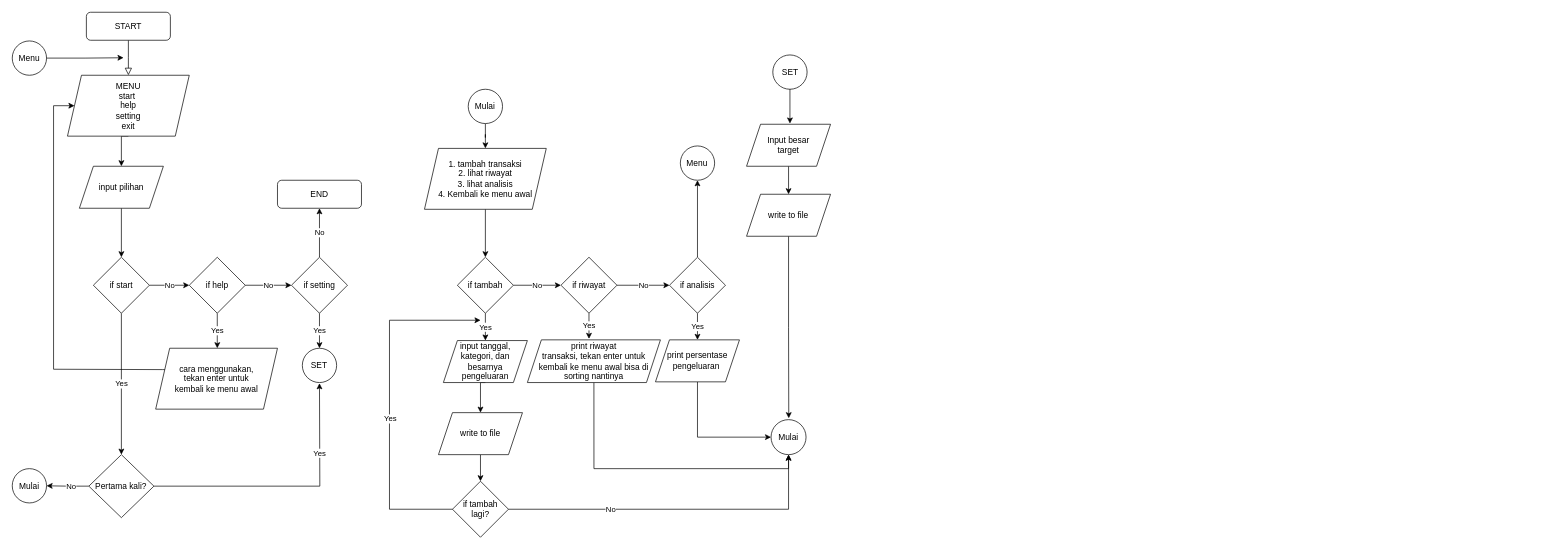
Before: Final Project.drawio in Fulkyhariz/Simple-Financial-Organizer-final-project, a draw.io diagram. Source tidied: cells renumbered, new cells numbered last; positions are measured from the earlier drawing's top-left corner, leaving out a move shared by most shapes. Both pictures are drawn from the tidied source at 70%, with x=0, y=0 at pixel (12, 12).
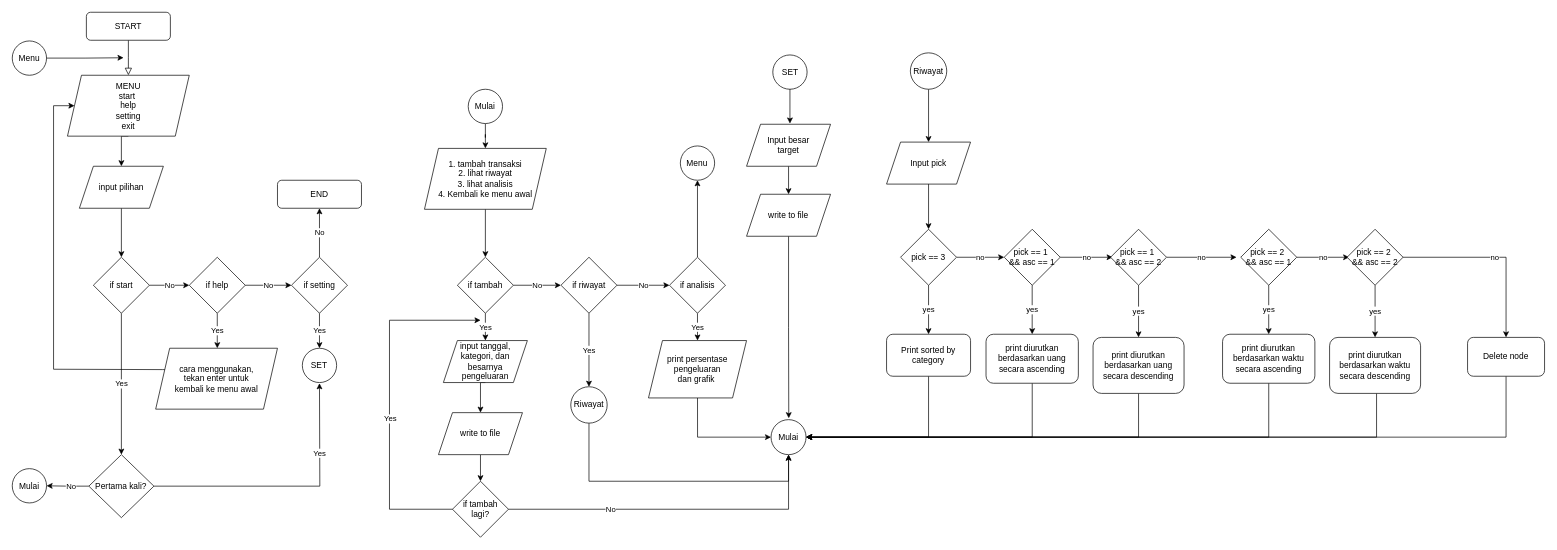
After the change.

The change refers to these unchanged cells:
```xml
<mxCell id="35" value="if riwayat" style="rhombus;whiteSpace=wrap;html=1;" parent="1" vertex="1">
  <mxGeometry x="783.9" y="350" width="80" height="80" as="geometry" />
</mxCell>
<mxCell id="58" value="Mulai" style="ellipse;whiteSpace=wrap;html=1;" parent="1" vertex="1">
  <mxGeometry x="1084" y="582" width="50" height="50" as="geometry" />
</mxCell>
```

Diff of the diagram source:
```diff
@@
-    <mxCell id="40" value="Yes" style="edgeStyle=orthogonalEdgeStyle;rounded=0;jettySize=auto;html=1;exitX=0.5;exitY=1;exitDx=0;exitDy=0;entryX=0.463;entryY=-0.023;entryDx=0;entryDy=0;entryPerimeter=0;" parent="1" edge="1" source="35" target="42">
+    <mxCell id="40" value="Yes" style="edgeStyle=orthogonalEdgeStyle;rounded=0;jettySize=auto;html=1;exitX=0.5;exitY=1;exitDx=0;exitDy=0;entryX=0.5;entryY=0;entryDx=0;entryDy=0;" parent="1" edge="1" source="35" target="63">
       <mxGeometry relative="1" as="geometry" />
     </mxCell>
-    <mxCell id="41" style="edgeStyle=orthogonalEdgeStyle;rounded=0;jettySize=auto;html=1;exitX=0.5;exitY=1;exitDx=0;exitDy=0;entryX=0.5;entryY=1;entryDx=0;entryDy=0;" parent="1" edge="1" source="42" target="58">
-      <mxGeometry relative="1" as="geometry" />
-    </mxCell>
-    <mxCell id="42" value="print riwayat &lt;br&gt;transaksi, tekan enter untuk kembali ke menu awal bisa di sorting nantinya" style="shape=parallelogram;perimeter=parallelogramPerimeter;whiteSpace=wrap;html=1;fixedSize=1;" parent="1" vertex="1">
-      <mxGeometry x="735.9" y="468" width="190.1" height="61" as="geometry" />
-    </mxCell>
@@
-    <mxCell id="57" value="print persentase pengeluaran&amp;nbsp;" style="shape=parallelogram;perimeter=parallelogramPerimeter;whiteSpace=wrap;html=1;fixedSize=1;" parent="1" vertex="1">
-      <mxGeometry x="918.9" y="468" width="120" height="60" as="geometry" />
+    <mxCell id="57" value="print persentase pengeluaran&lt;br&gt;dan grafik&amp;nbsp;" style="shape=parallelogram;perimeter=parallelogramPerimeter;whiteSpace=wrap;html=1;fixedSize=1;" parent="1" vertex="1">
+      <mxGeometry x="908.9" y="469" width="140.1" height="82" as="geometry" />
     </mxCell>
@@
+    <mxCell id="62" style="edgeStyle=orthogonalEdgeStyle;rounded=0;jettySize=auto;html=1;entryX=0.5;entryY=1;entryDx=0;entryDy=0;" parent="1" edge="1" source="63" target="58">
+      <mxGeometry relative="1" as="geometry">
+        <Array as="points">
+          <mxPoint x="824" y="670" />
+          <mxPoint x="1109" y="670" />
+        </Array>
+      </mxGeometry>
+    </mxCell>
+    <mxCell id="63" value="Riwayat" style="ellipse;whiteSpace=wrap;html=1;" parent="1" vertex="1">
+      <mxGeometry x="797.9" y="535" width="52" height="52" as="geometry" />
+    </mxCell>
+    <mxCell id="64" style="edgeStyle=orthogonalEdgeStyle;rounded=0;jettySize=auto;html=1;entryX=0.5;entryY=0;entryDx=0;entryDy=0;" parent="1" edge="1" source="65" target="73">
+      <mxGeometry relative="1" as="geometry" />
+    </mxCell>
+    <mxCell id="65" value="Riwayat" style="ellipse;whiteSpace=wrap;html=1;" parent="1" vertex="1">
+      <mxGeometry x="1283" y="58" width="52" height="52" as="geometry" />
+    </mxCell>
+    <mxCell id="66" value="no" style="edgeStyle=orthogonalEdgeStyle;rounded=0;jettySize=auto;html=1;entryX=0;entryY=0.5;entryDx=0;entryDy=0;" parent="1" edge="1" source="68" target="71">
+      <mxGeometry relative="1" as="geometry" />
+    </mxCell>
+    <mxCell id="67" value="yes" style="edgeStyle=orthogonalEdgeStyle;rounded=0;jettySize=auto;html=1;" parent="1" edge="1" source="68" target="75">
+      <mxGeometry relative="1" as="geometry" />
+    </mxCell>
+    <mxCell id="68" value="pick == 3" style="rhombus;whiteSpace=wrap;html=1;" parent="1" vertex="1">
+      <mxGeometry x="1269" y="310" width="80" height="80" as="geometry" />
+    </mxCell>
+    <mxCell id="69" value="no" style="edgeStyle=orthogonalEdgeStyle;rounded=0;jettySize=auto;html=1;entryX=0;entryY=0.5;entryDx=0;entryDy=0;" parent="1" edge="1" source="71">
+      <mxGeometry relative="1" as="geometry">
+        <mxPoint x="1572" y="350" as="targetPoint" />
+      </mxGeometry>
+    </mxCell>
+    <mxCell id="70" value="yes" style="edgeStyle=orthogonalEdgeStyle;rounded=0;jettySize=auto;html=1;entryX=0.5;entryY=0;entryDx=0;entryDy=0;" parent="1" edge="1" source="71" target="77">
+      <mxGeometry relative="1" as="geometry" />
+    </mxCell>
+    <mxCell id="71" value="pick == 1&amp;nbsp;&lt;br&gt;&amp;amp;&amp;amp; asc == 1" style="rhombus;whiteSpace=wrap;html=1;" parent="1" vertex="1">
+      <mxGeometry x="1417.1" y="310" width="80" height="80" as="geometry" />
+    </mxCell>
+    <mxCell id="72" style="edgeStyle=orthogonalEdgeStyle;rounded=0;jettySize=auto;html=1;entryX=0.5;entryY=0;entryDx=0;entryDy=0;" parent="1" edge="1" source="73" target="68">
+      <mxGeometry relative="1" as="geometry" />
+    </mxCell>
+    <mxCell id="73" value="Input pick" style="shape=parallelogram;perimeter=parallelogramPerimeter;whiteSpace=wrap;html=1;fixedSize=1;" parent="1" vertex="1">
+      <mxGeometry x="1249" y="185.5" width="120" height="60" as="geometry" />
+    </mxCell>
+    <mxCell id="74" style="edgeStyle=orthogonalEdgeStyle;rounded=0;jettySize=auto;html=1;entryX=1;entryY=0.5;entryDx=0;entryDy=0;" parent="1" edge="1" source="75" target="58">
+      <mxGeometry relative="1" as="geometry">
+        <Array as="points">
+          <mxPoint x="1309" y="607" />
+        </Array>
+      </mxGeometry>
+    </mxCell>
+    <mxCell id="75" value="Print sorted by category" style="rounded=1;whiteSpace=wrap;html=1;" parent="1" vertex="1">
+      <mxGeometry x="1249" y="460" width="120" height="60" as="geometry" />
+    </mxCell>
+    <mxCell id="76" style="edgeStyle=orthogonalEdgeStyle;rounded=0;jettySize=auto;html=1;entryX=1;entryY=0.5;entryDx=0;entryDy=0;" parent="1" edge="1" source="77" target="58">
+      <mxGeometry relative="1" as="geometry">
+        <Array as="points">
+          <mxPoint x="1457" y="607" />
+        </Array>
+      </mxGeometry>
+    </mxCell>
+    <mxCell id="77" value="print diurutkan berdasarkan uang secara ascending" style="rounded=1;whiteSpace=wrap;html=1;" parent="1" vertex="1">
+      <mxGeometry x="1391.1" y="460" width="131.9" height="70" as="geometry" />
+    </mxCell>
+    <mxCell id="78" value="yes" style="edgeStyle=orthogonalEdgeStyle;rounded=0;jettySize=auto;html=1;entryX=0.5;entryY=0;entryDx=0;entryDy=0;" parent="1" edge="1" source="80" target="82">
+      <mxGeometry relative="1" as="geometry" />
+    </mxCell>
+    <mxCell id="79" value="no" style="edgeStyle=orthogonalEdgeStyle;rounded=0;jettySize=auto;html=1;" parent="1" edge="1" source="80">
+      <mxGeometry relative="1" as="geometry">
+        <mxPoint x="1749" y="350" as="targetPoint" />
+      </mxGeometry>
+    </mxCell>
+    <mxCell id="80" value="pick == 1&amp;nbsp;&lt;br&gt;&amp;amp;&amp;amp; asc == 2" style="rhombus;whiteSpace=wrap;html=1;" parent="1" vertex="1">
+      <mxGeometry x="1569" y="310" width="80" height="80" as="geometry" />
+    </mxCell>
+    <mxCell id="81" style="edgeStyle=orthogonalEdgeStyle;rounded=0;jettySize=auto;html=1;entryX=1;entryY=0.5;entryDx=0;entryDy=0;" parent="1" edge="1" source="82" target="58">
+      <mxGeometry relative="1" as="geometry">
+        <Array as="points">
+          <mxPoint x="1609" y="607" />
+        </Array>
+      </mxGeometry>
+    </mxCell>
+    <mxCell id="82" value="print diurutkan berdasarkan uang secara descending" style="rounded=1;whiteSpace=wrap;html=1;" parent="1" vertex="1">
+      <mxGeometry x="1544" y="464.5" width="130" height="80" as="geometry" />
+    </mxCell>
+    <mxCell id="83" value="no" style="edgeStyle=orthogonalEdgeStyle;rounded=0;jettySize=auto;html=1;entryX=0;entryY=0.5;entryDx=0;entryDy=0;" parent="1" edge="1" source="85">
+      <mxGeometry relative="1" as="geometry">
+        <mxPoint x="1909.9" y="350" as="targetPoint" />
+      </mxGeometry>
+    </mxCell>
+    <mxCell id="84" value="yes" style="edgeStyle=orthogonalEdgeStyle;rounded=0;jettySize=auto;html=1;entryX=0.5;entryY=0;entryDx=0;entryDy=0;" parent="1" edge="1" source="85" target="87">
+      <mxGeometry relative="1" as="geometry" />
+    </mxCell>
+    <mxCell id="85" value="pick == 2&amp;nbsp;&lt;br&gt;&amp;amp;&amp;amp; asc == 1" style="rhombus;whiteSpace=wrap;html=1;" parent="1" vertex="1">
+      <mxGeometry x="1755" y="310" width="80" height="80" as="geometry" />
+    </mxCell>
+    <mxCell id="86" style="edgeStyle=orthogonalEdgeStyle;rounded=0;jettySize=auto;html=1;entryX=1;entryY=0.5;entryDx=0;entryDy=0;" parent="1" edge="1" source="87" target="58">
+      <mxGeometry relative="1" as="geometry">
+        <Array as="points">
+          <mxPoint x="1795" y="607" />
+        </Array>
+      </mxGeometry>
+    </mxCell>
+    <mxCell id="87" value="print diurutkan berdasarkan waktu secara ascending" style="rounded=1;whiteSpace=wrap;html=1;" parent="1" vertex="1">
+      <mxGeometry x="1729" y="460" width="131.9" height="70" as="geometry" />
+    </mxCell>
+    <mxCell id="88" value="yes" style="edgeStyle=orthogonalEdgeStyle;rounded=0;jettySize=auto;html=1;entryX=0.5;entryY=0;entryDx=0;entryDy=0;" parent="1" edge="1" source="90" target="92">
+      <mxGeometry relative="1" as="geometry" />
+    </mxCell>
+    <mxCell id="89" value="no" style="edgeStyle=orthogonalEdgeStyle;rounded=0;jettySize=auto;html=1;" parent="1" edge="1" source="90" target="94">
+      <mxGeometry relative="1" as="geometry" />
+    </mxCell>
+    <mxCell id="90" value="pick == 2&amp;nbsp;&lt;br&gt;&amp;amp;&amp;amp; asc == 2" style="rhombus;whiteSpace=wrap;html=1;" parent="1" vertex="1">
+      <mxGeometry x="1906.9" y="310" width="80" height="80" as="geometry" />
+    </mxCell>
+    <mxCell id="91" style="edgeStyle=orthogonalEdgeStyle;rounded=0;jettySize=auto;html=1;entryX=1;entryY=0.5;entryDx=0;entryDy=0;" parent="1" edge="1" source="92" target="58">
+      <mxGeometry relative="1" as="geometry">
+        <Array as="points">
+          <mxPoint x="1949" y="607" />
+        </Array>
+      </mxGeometry>
+    </mxCell>
+    <mxCell id="92" value="print diurutkan berdasarkan waktu secara descending" style="rounded=1;whiteSpace=wrap;html=1;" parent="1" vertex="1">
+      <mxGeometry x="1881.9" y="464.5" width="130" height="80" as="geometry" />
+    </mxCell>
+    <mxCell id="93" style="edgeStyle=orthogonalEdgeStyle;rounded=0;jettySize=auto;html=1;entryX=1;entryY=0.5;entryDx=0;entryDy=0;" parent="1" edge="1" source="94" target="58">
+      <mxGeometry relative="1" as="geometry">
+        <Array as="points">
+          <mxPoint x="2134" y="607" />
+        </Array>
+      </mxGeometry>
+    </mxCell>
+    <mxCell id="94" value="Delete node" style="rounded=1;whiteSpace=wrap;html=1;" parent="1" vertex="1">
+      <mxGeometry x="2079" y="464.5" width="110" height="55.5" as="geometry" />
+    </mxCell>
```
